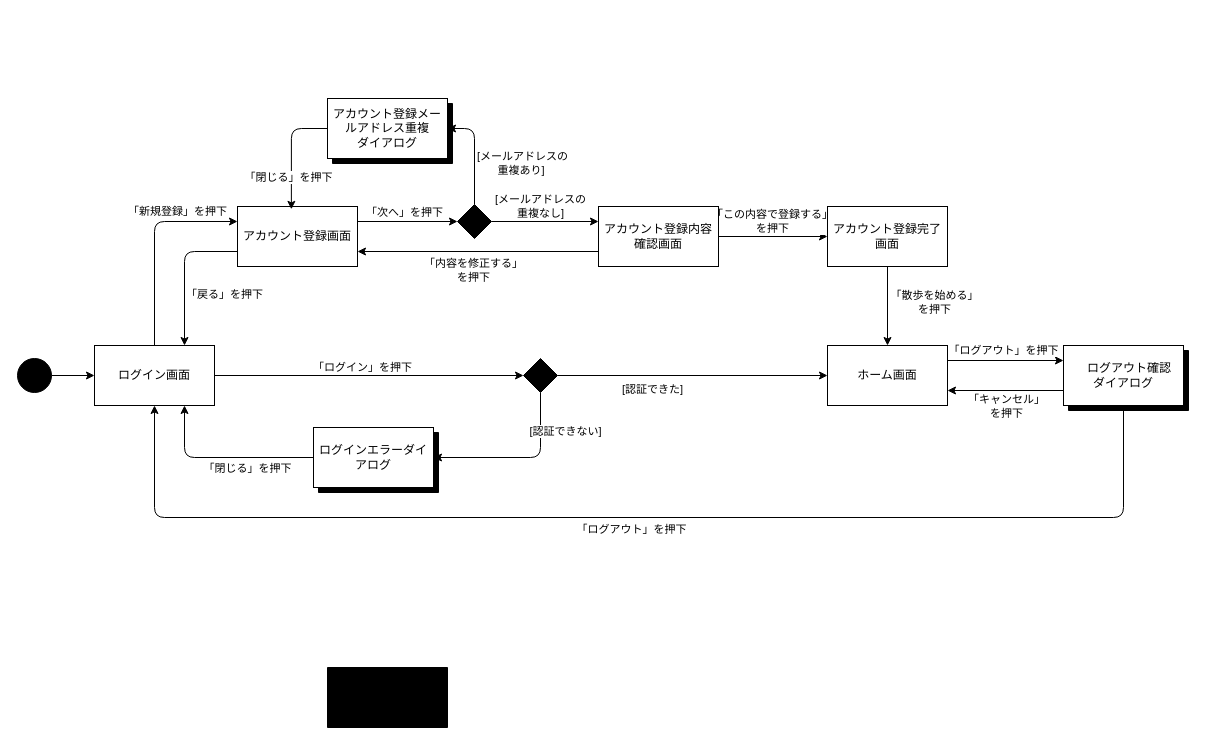
This is page "ログイン" (1 of 6) of desing/STD.dio from miyong00/ServerProgramming-2026, a draw.io file, before an edit. Source tidied: cells renumbered, new cells numbered last; positions are measured from the earlier drawing's top-left corner, leaving out a move shared by most shapes. Both pictures are drawn from the tidied source at 100%, with x=0, y=0 at pixel (17, 98).
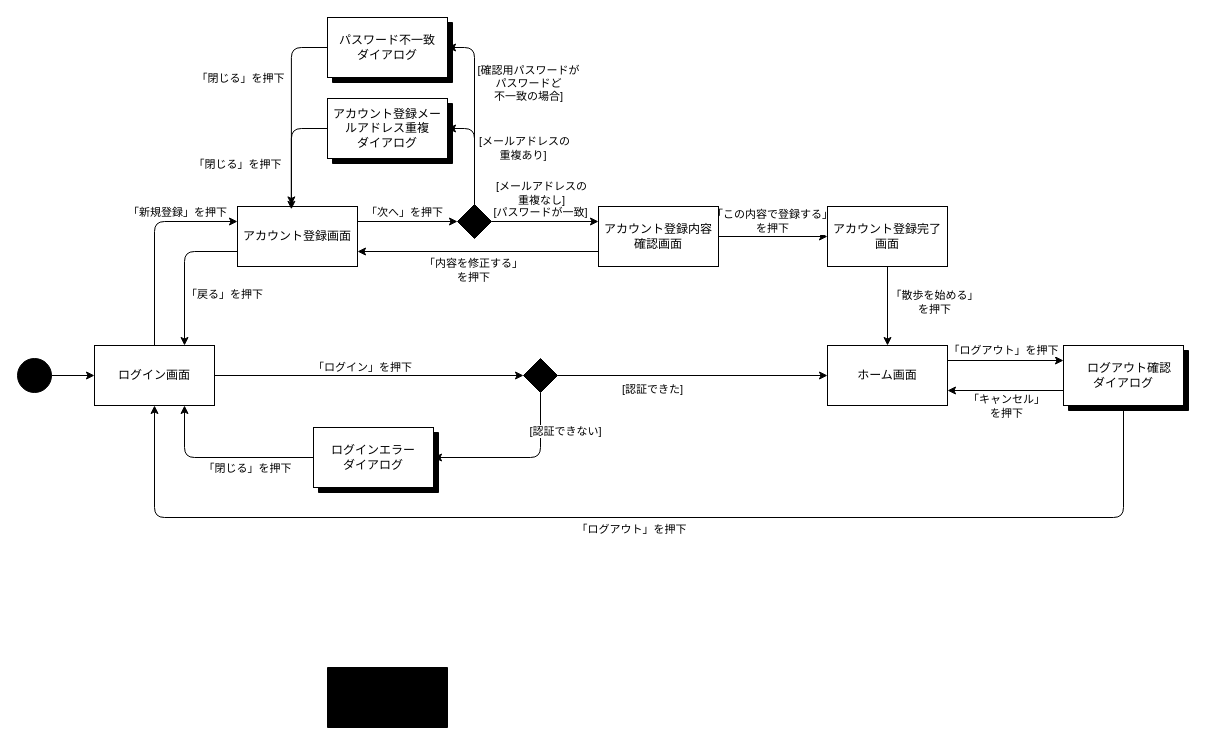
After the change.

Unchanged cells that the change refers to:
```xml
<mxCell id="10" value="アカウント登録画面" style="rounded=0;whiteSpace=wrap;html=1;" parent="1" vertex="1">
  <mxGeometry x="220" y="108" width="120" height="60" as="geometry" />
</mxCell>
<mxCell id="30" style="edgeStyle=none;html=1;exitX=1;exitY=0.5;exitDx=0;exitDy=0;entryX=0;entryY=0.25;entryDx=0;entryDy=0;" parent="1" edge="1" source="34" target="15">
  <mxGeometry relative="1" as="geometry" />
</mxCell>
<mxCell id="32" style="edgeStyle=orthogonalEdgeStyle;html=1;exitX=0.5;exitY=0;exitDx=0;exitDy=0;entryX=1;entryY=0.5;entryDx=0;entryDy=0;" parent="1" edge="1" source="34" target="44">
  <mxGeometry relative="1" as="geometry" />
</mxCell>
<mxCell id="34" style="rhombus;whiteSpace=wrap;html=1;shapeInside=1;fillColor=#000000;" parent="1" vertex="1">
  <mxGeometry x="440" y="106" width="34" height="34" as="geometry" />
</mxCell>
<mxCell id="39" style="group;" parent="1" vertex="1">
  <mxGeometry x="296" y="329" width="125" height="65" as="geometry" />
</mxCell>
<mxCell id="44" value="アカウント登録メールアドレス重複&lt;div&gt;ダイアログ&lt;/div&gt;" style="rounded=0;whiteSpace=wrap;html=1;" parent="42" vertex="1">
  <mxGeometry width="120" height="60" as="geometry" />
</mxCell>
```

What changed in the source:
```diff
@@
     <mxCell id="31" value="[メールアドレスの&lt;div&gt;重複なし]&lt;/div&gt;" style="edgeLabel;html=1;align=center;verticalAlign=middle;" parent="30" vertex="1">
       <mxGeometry x="0.42" y="1" relative="1" as="geometry">
-        <mxPoint x="-28" y="-14" as="offset" />
+        <mxPoint x="-27" y="-28" as="offset" />
       </mxGeometry>
     </mxCell>
+    <mxCell id="52" value="[パスワードが一致]" style="edgeLabel;html=1;align=center;verticalAlign=middle;" parent="30" vertex="1">
+      <mxGeometry x="-0.18" relative="1" as="geometry">
+        <mxPoint x="4" y="-10" as="offset" />
+      </mxGeometry>
+    </mxCell>
@@
     <mxCell id="33" value="[メールアドレスの&lt;div&gt;重複あり]&amp;nbsp;&lt;/div&gt;" style="edgeLabel;html=1;align=center;verticalAlign=middle;" parent="32" vertex="1">
       <mxGeometry x="-0.19" y="-1" relative="1" as="geometry">
-        <mxPoint x="46" as="offset" />
+        <mxPoint x="48" y="-15" as="offset" />
       </mxGeometry>
     </mxCell>
+    <mxCell id="53" style="edgeStyle=orthogonalEdgeStyle;html=1;exitX=0.5;exitY=0;exitDx=0;exitDy=0;entryX=1;entryY=0.5;entryDx=0;entryDy=0;" parent="1" edge="1" source="34" target="57">
+      <mxGeometry relative="1" as="geometry" />
+    </mxCell>
+    <mxCell id="54" value="[確認用パスワードが&lt;div&gt;パスワードど&lt;/div&gt;&lt;div&gt;不一致の場合]&lt;/div&gt;" style="edgeLabel;html=1;align=center;verticalAlign=middle;" parent="53" vertex="1">
+      <mxGeometry x="0.37" y="1" relative="1" as="geometry">
+        <mxPoint x="54" y="4" as="offset" />
+      </mxGeometry>
+    </mxCell>
@@
-    <mxCell id="35" style="edgeStyle=orthogonalEdgeStyle;html=1;exitX=0;exitY=0.5;exitDx=0;exitDy=0;entryX=0.449;entryY=0.047;entryDx=0;entryDy=0;entryPerimeter=0;" parent="1" edge="1" source="44" target="10">
-      <mxGeometry relative="1" as="geometry" />
-    </mxCell>
-    <mxCell id="36" value="「閉じる」を押下" style="edgeLabel;html=1;align=center;verticalAlign=middle;" parent="35" vertex="1">
-      <mxGeometry x="-0.05" y="-3" relative="1" as="geometry">
-        <mxPoint y="29" as="offset" />
-      </mxGeometry>
-    </mxCell>
@@
-    <mxCell id="41" value="ログインエラーダイアログ" style="rounded=0;whiteSpace=wrap;html=1;" parent="39" vertex="1">
+    <mxCell id="41" value="ログインエラー&lt;div&gt;ダイアログ&lt;/div&gt;" style="rounded=0;whiteSpace=wrap;html=1;" parent="39" vertex="1">
       <mxGeometry width="120" height="60" as="geometry" />
     </mxCell>
@@
+    <mxCell id="55" style="group;" parent="1" vertex="1">
+      <mxGeometry x="310" y="-81" width="125" height="65" as="geometry" />
+    </mxCell>
+    <mxCell id="56" style="verticalLabelPosition=bottom;verticalAlign=top;html=1;shape=mxgraph.basic.rect;fillColor2=none;strokeWidth=1;size=20;indent=5;fillColor=#000000;" parent="55" vertex="1">
+      <mxGeometry x="5" y="5" width="120" height="60" as="geometry" />
+    </mxCell>
+    <mxCell id="57" value="パスワード不一致&lt;br&gt;&lt;div&gt;ダイアログ&lt;/div&gt;" style="rounded=0;whiteSpace=wrap;html=1;" parent="55" vertex="1">
+      <mxGeometry width="120" height="60" as="geometry" />
+    </mxCell>
+    <mxCell id="58" style="edgeStyle=orthogonalEdgeStyle;html=1;exitX=0;exitY=0.5;exitDx=0;exitDy=0;entryX=0.449;entryY=-0.026;entryDx=0;entryDy=0;entryPerimeter=0;" parent="1" edge="1" source="57" target="10">
+      <mxGeometry relative="1" as="geometry" />
+    </mxCell>
+    <mxCell id="59" value="「閉じる」を押下" style="edgeLabel;html=1;align=center;verticalAlign=middle;" parent="58" vertex="1">
+      <mxGeometry x="-0.25" y="-4" relative="1" as="geometry">
+        <mxPoint x="-47" y="-6" as="offset" />
+      </mxGeometry>
+    </mxCell>
+    <mxCell id="35" style="edgeStyle=orthogonalEdgeStyle;html=1;exitX=0;exitY=0.5;exitDx=0;exitDy=0;entryX=0.449;entryY=0.047;entryDx=0;entryDy=0;entryPerimeter=0;" parent="1" edge="1" source="44" target="10">
+      <mxGeometry relative="1" as="geometry" />
+    </mxCell>
+    <mxCell id="36" value="「閉じる」を押下" style="edgeLabel;html=1;align=center;verticalAlign=middle;" parent="35" vertex="1">
+      <mxGeometry x="-0.05" y="-3" relative="1" as="geometry">
+        <mxPoint x="-51" y="16" as="offset" />
+      </mxGeometry>
+    </mxCell>
```
